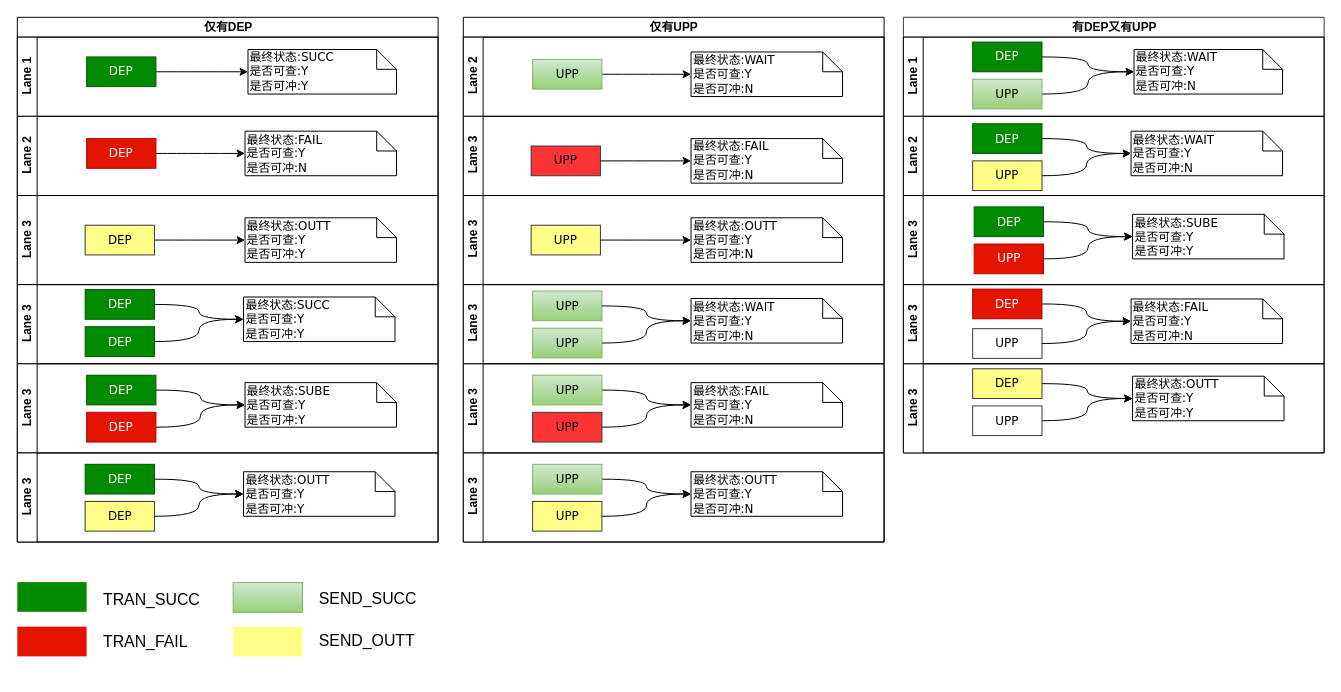
Earlier version of the draw.io diagram 清算引擎交互流程图.drawio (staconfree/design). Source tidied: cells renumbered, new cells numbered last; positions are measured from the earlier drawing's top-left corner, leaving out a move shared by most shapes. Both pictures are drawn from the tidied source at 99%, with x=0, y=0 at pixel (17, 17).
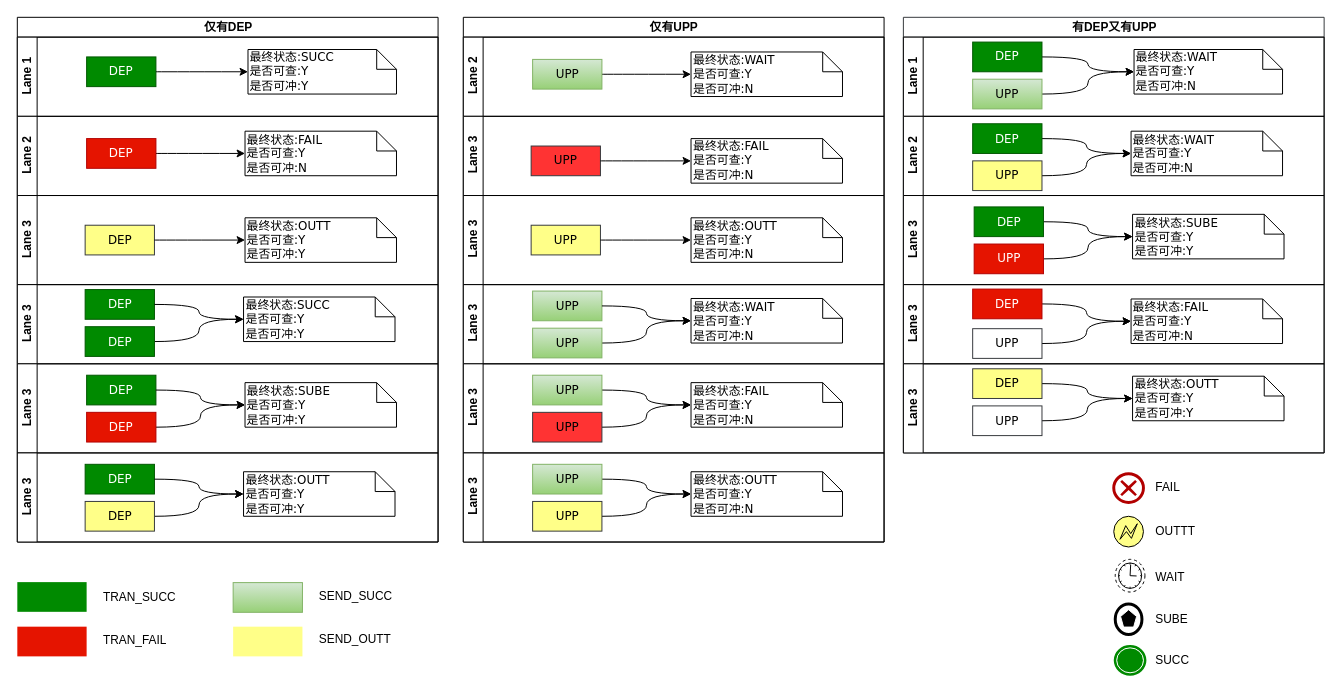
Above is the later version.

Commit message (it also covers changes not shown here):
更新清算引擎交互流程图.drawio

What changed in the source:
```diff
@@
-    <mxCell id="96" value="TRAN_SUCC" style="text;html=1;align=left;verticalAlign=top;spacingTop=-4;fontColor=#000000;fontSize=16;" parent="1" vertex="1">
+    <mxCell id="96" value="TRAN_SUCC" style="text;html=1;align=left;verticalAlign=top;spacingTop=-4;fontColor=#000000;fontSize=12;" parent="1" vertex="1">
       <mxGeometry x="85" y="575.5" width="110" height="20" as="geometry" />
     </mxCell>
@@
-    <mxCell id="98" value="TRAN_FAIL" style="text;html=1;align=left;verticalAlign=top;spacingTop=-4;fontColor=#000000;fontSize=16;" parent="1" vertex="1">
+    <mxCell id="98" value="TRAN_FAIL" style="text;html=1;align=left;verticalAlign=top;spacingTop=-4;fontColor=#000000;fontSize=12;" parent="1" vertex="1">
       <mxGeometry x="85" y="619" width="100" height="20" as="geometry" />
     </mxCell>
@@
-    <mxCell id="100" value="SEND_OUTT" style="text;html=1;align=left;verticalAlign=top;spacingTop=-4;fontColor=#000000;fontSize=16;" parent="1" vertex="1">
+    <mxCell id="100" value="SEND_OUTT" style="text;html=1;align=left;verticalAlign=top;spacingTop=-4;fontColor=#000000;fontSize=12;" parent="1" vertex="1">
       <mxGeometry x="303" y="617.5" width="110" height="20" as="geometry" />
     </mxCell>
@@
-    <mxCell id="102" value="SEND_SUCC" style="text;html=1;align=left;verticalAlign=top;spacingTop=-4;fontColor=#000000;fontSize=16;" parent="1" vertex="1">
+    <mxCell id="102" value="SEND_SUCC" style="text;html=1;align=left;verticalAlign=top;spacingTop=-4;fontColor=#000000;fontSize=12;" parent="1" vertex="1">
       <mxGeometry x="303" y="575" width="120" height="20" as="geometry" />
     </mxCell>
+    <mxCell id="103" style="shape=mxgraph.bpmn.shape;html=1;verticalLabelPosition=bottom;labelBackgroundColor=#ffffff;verticalAlign=top;align=center;perimeter=ellipsePerimeter;outline=eventNonint;symbol=timer;" parent="1" vertex="1">
+      <mxGeometry x="1109" y="547.5" width="30" height="33" as="geometry" />
+    </mxCell>
+    <mxCell id="104" style="shape=mxgraph.bpmn.shape;html=1;verticalLabelPosition=bottom;labelBackgroundColor=#ffffff;verticalAlign=top;align=center;perimeter=ellipsePerimeter;outline=eventInt;symbol=error;fillColor=#FFFF88;" parent="1" vertex="1">
+      <mxGeometry x="1107.5" y="504" width="30" height="31" as="geometry" />
+    </mxCell>
+    <mxCell id="105" style="shape=mxgraph.bpmn.shape;html=1;verticalLabelPosition=bottom;labelBackgroundColor=#ffffff;verticalAlign=top;align=center;perimeter=ellipsePerimeter;outline=end;symbol=terminate;strokeColor=#008A00;" parent="1" vertex="1">
+      <mxGeometry x="1109" y="635.5" width="30" height="28" as="geometry" />
+    </mxCell>
+    <mxCell id="106" style="shape=mxgraph.bpmn.shape;html=1;verticalLabelPosition=bottom;labelBackgroundColor=#ffffff;verticalAlign=top;align=center;perimeter=ellipsePerimeter;outline=end;symbol=cancel;fillColor=none;strokeColor=#B20000;fontColor=#ffffff;" parent="1" vertex="1">
+      <mxGeometry x="1107.5" y="461" width="30" height="29" as="geometry" />
+    </mxCell>
+    <mxCell id="107" style="shape=mxgraph.bpmn.shape;html=1;verticalLabelPosition=bottom;labelBackgroundColor=#ffffff;verticalAlign=top;align=center;perimeter=ellipsePerimeter;outline=end;symbol=multiple;" parent="1" vertex="1">
+      <mxGeometry x="1109" y="592.5" width="27" height="31" as="geometry" />
+    </mxCell>
+    <mxCell id="108" value="FAIL" style="text;html=1;align=left;verticalAlign=top;spacingTop=-4;fontColor=#000000;fontSize=12;" parent="1" vertex="1">
+      <mxGeometry x="1148" y="465" width="40" height="20" as="geometry" />
+    </mxCell>
+    <mxCell id="109" value="OUTTT" style="text;html=1;align=left;verticalAlign=top;spacingTop=-4;fontColor=#000000;fontSize=12;" parent="1" vertex="1">
+      <mxGeometry x="1148" y="509" width="50" height="20" as="geometry" />
+    </mxCell>
+    <mxCell id="110" value="WAIT" style="text;html=1;align=left;verticalAlign=top;spacingTop=-4;fontColor=#000000;fontSize=12;" parent="1" vertex="1">
+      <mxGeometry x="1148" y="555.5" width="40" height="20" as="geometry" />
+    </mxCell>
+    <mxCell id="111" value="SUBE" style="text;html=1;align=left;verticalAlign=top;spacingTop=-4;fontColor=#000000;fontSize=12;" parent="1" vertex="1">
+      <mxGeometry x="1148" y="597.5" width="50" height="20" as="geometry" />
+    </mxCell>
+    <mxCell id="112" value="SUCC" style="text;html=1;align=left;verticalAlign=top;spacingTop=-4;fontColor=#000000;fontSize=12;" parent="1" vertex="1">
+      <mxGeometry x="1148" y="639.5" width="50" height="20" as="geometry" />
+    </mxCell>
```
